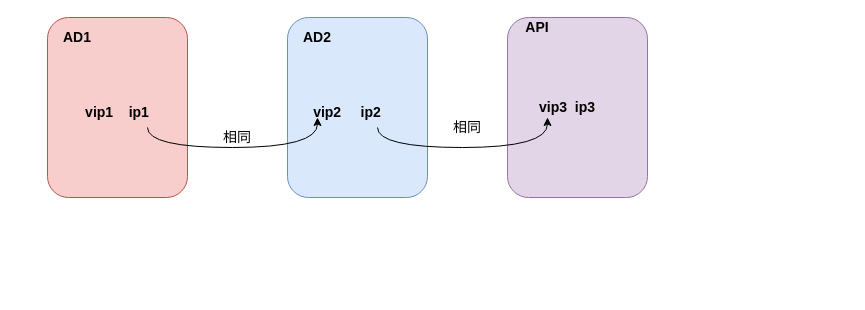
Before: page "AD与API服务的底层ip关系" (3 of 6) of 国税总局迭代三设计.drawio in helemile/notes, a draw.io diagram. Source tidied: cells renumbered, new cells numbered last; positions are measured from the earlier drawing's top-left corner, leaving out a move shared by most shapes. Both pictures are drawn from the tidied source at 100%, with x=0, y=0 at pixel (47, 17).
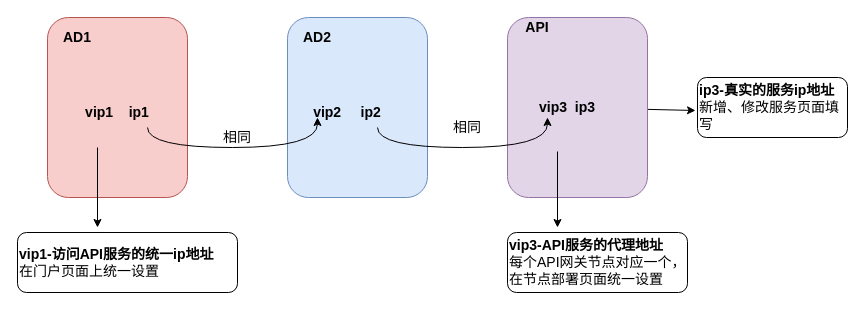
The same page after the edit.

The change refers to these unchanged cells:
```xml
<mxCell id="10" value="vip3&amp;nbsp; ip3" style="text;html=1;strokeColor=none;fillColor=none;align=center;verticalAlign=middle;whiteSpace=wrap;rounded=0;fontStyle=1;fontSize=14;" parent="1" vertex="1">
  <mxGeometry x="480" y="50" width="80" height="80" as="geometry" />
</mxCell>
```

Diff of the diagram source:
```diff
@@
+    <mxCell id="15" value="&lt;b&gt;vip1-访问API服务的统一ip地址&lt;/b&gt;&lt;br&gt;在门户页面上统一设置" style="rounded=1;whiteSpace=wrap;html=1;fontSize=14;align=left;" parent="1" vertex="1">
+      <mxGeometry x="-30" y="215" width="220" height="60" as="geometry" />
+    </mxCell>
+    <mxCell id="16" style="endArrow=classic;html=1;fontSize=14;" parent="1" edge="1" source="10">
+      <mxGeometry relative="1" as="geometry">
+        <mxPoint x="648" y="93" as="targetPoint" />
+      </mxGeometry>
+    </mxCell>
@@
+    <mxCell id="17" style="endArrow=classic;html=1;fontSize=14;" parent="1" edge="1">
+      <mxGeometry relative="1" as="geometry">
+        <mxPoint x="50" y="130" as="sourcePoint" />
+        <mxPoint x="50" y="210" as="targetPoint" />
+      </mxGeometry>
+    </mxCell>
+    <mxCell id="18" value="&lt;b&gt;ip3-真实的服务ip地址&lt;/b&gt;&lt;br&gt;新增、修改服务页面填写" style="rounded=1;whiteSpace=wrap;html=1;fontSize=14;align=left;" parent="1" vertex="1">
+      <mxGeometry x="650" y="60" width="150" height="60" as="geometry" />
+    </mxCell>
+    <mxCell id="19" value="&lt;b&gt;vip3-API服务的代理地址&lt;/b&gt;&lt;br&gt;每个API网关节点对应一个，在节点部署页面统一设置" style="rounded=1;whiteSpace=wrap;html=1;fontSize=14;align=left;" parent="1" vertex="1">
+      <mxGeometry x="460" y="215" width="180" height="60" as="geometry" />
+    </mxCell>
+    <mxCell id="20" style="endArrow=classic;html=1;fontSize=14;" parent="1" edge="1">
+      <mxGeometry relative="1" as="geometry">
+        <mxPoint x="510" y="134" as="sourcePoint" />
+        <mxPoint x="510" y="210" as="targetPoint" />
+      </mxGeometry>
+    </mxCell>
```
